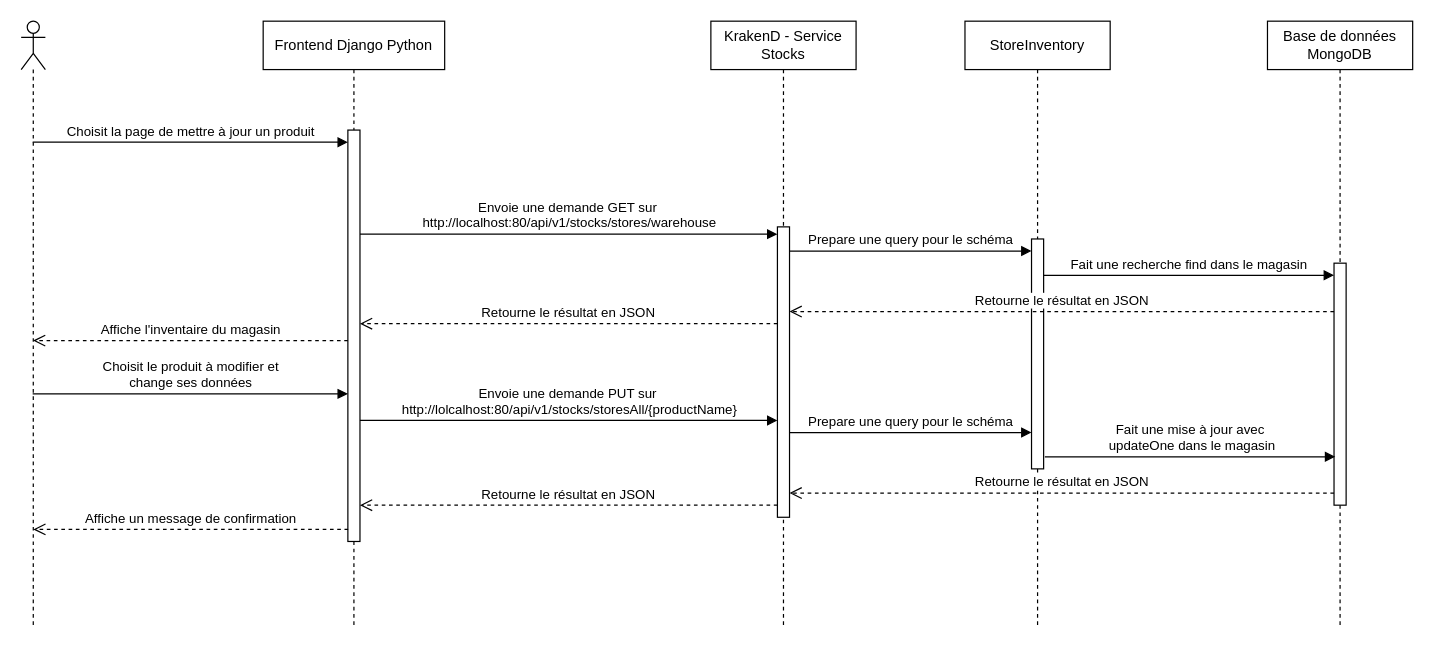
PraMaks/LOG430_Labo_0 keeps this draw.io diagram as docs/UML/Vues_de_processus/diag_update_produit.drawio. Above is the earlier version. Source tidied: cells renumbered, new cells numbered last; positions are measured from the earlier drawing's top-left corner, leaving out a move shared by most shapes. Both pictures are drawn from the tidied source at 121%, with x=0, y=0 at pixel (21, 21).
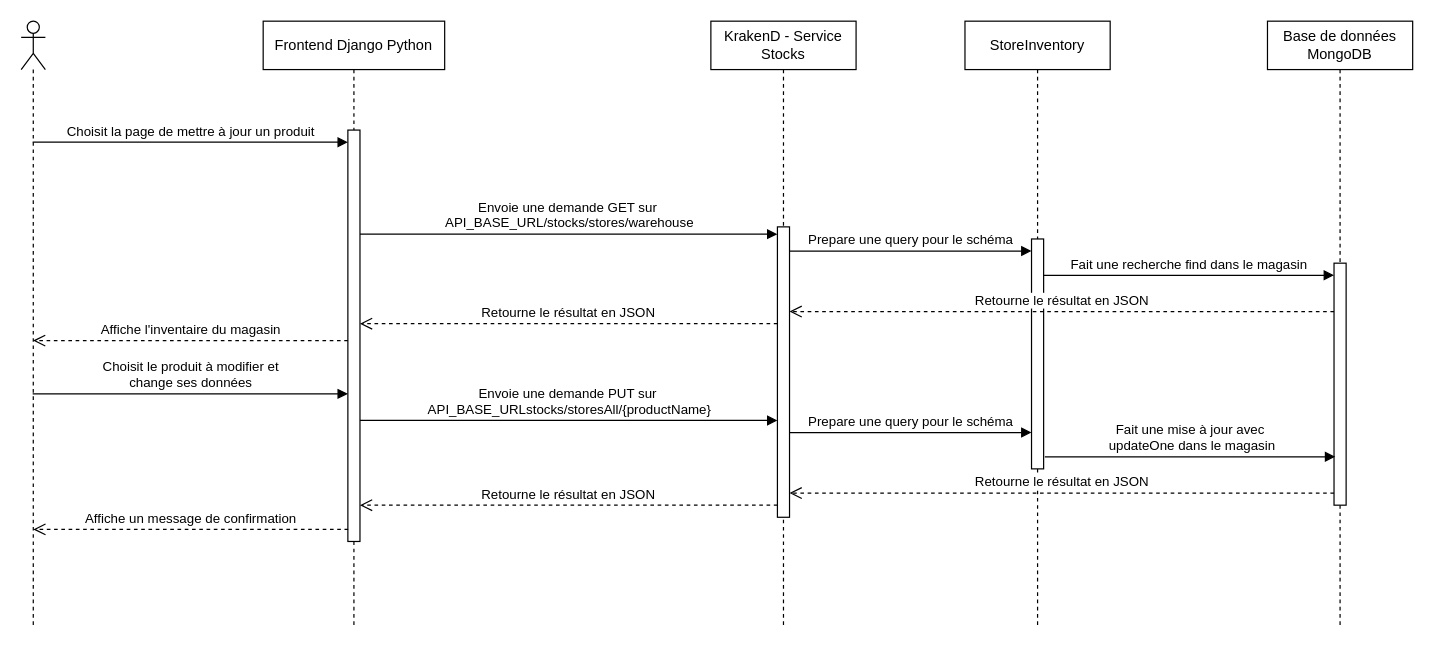
Above is the later version.

The change refers to these unchanged cells:
```xml
<mxCell id="3" style="html=1;points=[];perimeter=orthogonalPerimeter;outlineConnect=0;targetShapes=umlLifeline;portConstraint=eastwest;newEdgeStyle={&quot;edgeStyle&quot;:&quot;elbowEdgeStyle&quot;,&quot;elbow&quot;:&quot;vertical&quot;,&quot;curved&quot;:0,&quot;rounded&quot;:0};" parent="2" vertex="1">
  <mxGeometry x="70" y="90" width="10" height="340" as="geometry" />
</mxCell>
```

What changed in the source:
```diff
@@
-    <mxCell id="12" value="Envoie une demande GET sur&amp;nbsp;&lt;div&gt;http://localhost:80/api/v1/stocks/stores/warehouse&lt;/div&gt;" style="html=1;verticalAlign=bottom;endArrow=block;edgeStyle=elbowEdgeStyle;elbow=vertical;curved=0;rounded=0;" parent="1" edge="1" source="3">
+    <mxCell id="12" value="Envoie une demande GET sur&amp;nbsp;&lt;div&gt;API_BASE_URL/stocks/stores/warehouse&lt;/div&gt;" style="html=1;verticalAlign=bottom;endArrow=block;edgeStyle=elbowEdgeStyle;elbow=vertical;curved=0;rounded=0;" parent="1" edge="1" source="3">
       <mxGeometry relative="1" as="geometry">
         <mxPoint x="625" y="176" as="targetPoint" />
         <Array as="points">
           <mxPoint x="385.5" y="176" />
         </Array>
       </mxGeometry>
     </mxCell>
@@
-    <mxCell id="19" value="Envoie une demande PUT sur&amp;nbsp;&lt;div&gt;http://lolcalhost:80/api/v1/stocks/storesAll/{productName}&lt;/div&gt;" style="html=1;verticalAlign=bottom;endArrow=block;edgeStyle=elbowEdgeStyle;elbow=vertical;curved=0;rounded=0;" parent="1" edge="1">
+    <mxCell id="19" value="Envoie une demande PUT sur&amp;nbsp;&lt;br&gt;&lt;div&gt;&lt;span style=&quot;background-color: light-dark(#ffffff, var(--ge-dark-color, #121212)); color: light-dark(rgb(0, 0, 0), rgb(255, 255, 255));&quot;&gt;API_BASE_URL&lt;/span&gt;stocks/storesAll/{productName}&lt;/div&gt;" style="html=1;verticalAlign=bottom;endArrow=block;edgeStyle=elbowEdgeStyle;elbow=vertical;curved=0;rounded=0;" parent="1" edge="1">
       <mxGeometry relative="1" as="geometry">
         <mxPoint x="280" y="330" as="sourcePoint" />
         <mxPoint x="625" y="330" as="targetPoint" />
         <Array as="points">
           <mxPoint x="385.5" y="330" />
         </Array>
       </mxGeometry>
     </mxCell>
```
